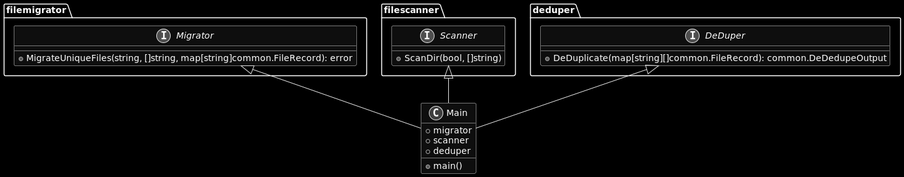
james-cathcart/file-consolidator keeps this PlantUML diagram as docs/Architecture.png. Above is the earlier version.
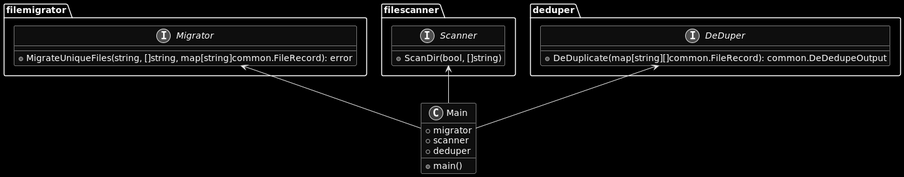
The same file after the commit.

Commit message:
exported diagram

What changed in the source:
```diff
@@ -17,8 +17,8 @@
     +DeDuplicate(map[string][]common.FileRecord): common.DeDedupeOutput
 }
 
-Migrator <|-- Main
-DeDuper <|-- Main
-Scanner <|-- Main
+Migrator <-- Main
+DeDuper <-- Main
+Scanner <-- Main
 
 @enduml
```
